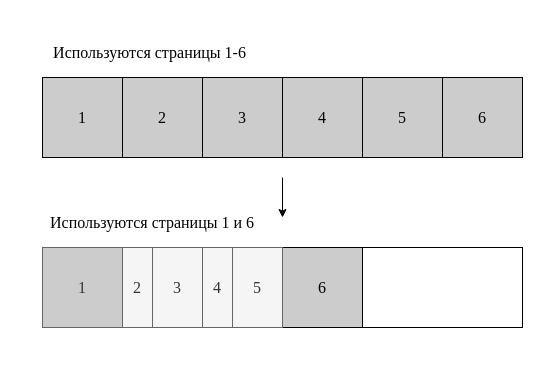
Earlier version of the draw.io diagram docs/diploma/schemes/memory-compression.drawio (hamzreg/bmstu-diploma). Source tidied: cells renumbered, new cells numbered last; positions are measured from the earlier drawing's top-left corner, leaving out a move shared by most shapes. Both pictures are drawn from the tidied source at 100%, with x=0, y=0 at pixel (42, 37).
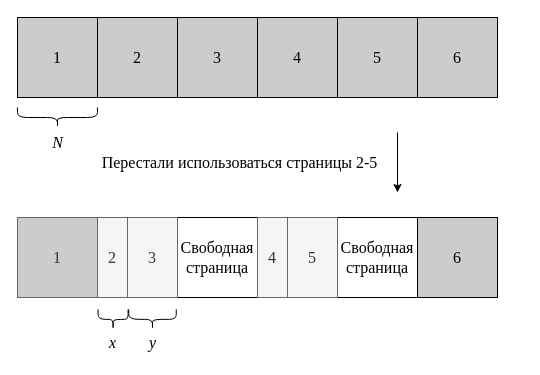
After the change.

The edit, as a diff of the source:
```diff
@@
     <mxCell id="2" value="1" style="rounded=0;whiteSpace=wrap;html=1;fontFamily=Times New Roman;fontSize=16;fillColor=#CCCCCC;" parent="1" vertex="1">
-      <mxGeometry y="40" width="80" height="80" as="geometry" />
+      <mxGeometry x="-25" y="-20" width="80" height="80" as="geometry" />
     </mxCell>
     <mxCell id="3" value="2" style="rounded=0;whiteSpace=wrap;html=1;fontFamily=Times New Roman;fontSize=16;fillColor=#CCCCCC;" parent="1" vertex="1">
-      <mxGeometry x="80" y="40" width="80" height="80" as="geometry" />
+      <mxGeometry x="55" y="-20" width="80" height="80" as="geometry" />
     </mxCell>
     <mxCell id="4" value="3" style="rounded=0;whiteSpace=wrap;html=1;fontFamily=Times New Roman;fontSize=16;fillColor=#CCCCCC;" parent="1" vertex="1">
-      <mxGeometry x="160" y="40" width="80" height="80" as="geometry" />
+      <mxGeometry x="135" y="-20" width="80" height="80" as="geometry" />
     </mxCell>
     <mxCell id="5" value="4" style="rounded=0;whiteSpace=wrap;html=1;fontFamily=Times New Roman;fontSize=16;fillColor=#CCCCCC;" parent="1" vertex="1">
-      <mxGeometry x="240" y="40" width="80" height="80" as="geometry" />
+      <mxGeometry x="215" y="-20" width="80" height="80" as="geometry" />
     </mxCell>
     <mxCell id="6" value="5" style="rounded=0;whiteSpace=wrap;html=1;fontFamily=Times New Roman;fontSize=16;fillColor=#CCCCCC;" parent="1" vertex="1">
-      <mxGeometry x="320" y="40" width="80" height="80" as="geometry" />
+      <mxGeometry x="295" y="-20" width="80" height="80" as="geometry" />
     </mxCell>
     <mxCell id="7" style="rounded=0;whiteSpace=wrap;html=1;fontFamily=Times New Roman;fontSize=16;" parent="1" vertex="1">
-      <mxGeometry y="210" width="480" height="80" as="geometry" />
+      <mxGeometry x="-25" y="180" width="480" height="80" as="geometry" />
     </mxCell>
     <mxCell id="8" value="1" style="rounded=0;whiteSpace=wrap;html=1;fontFamily=Times New Roman;fontSize=16;fillColor=#CCCCCC;fontColor=#333333;strokeColor=#666666;" parent="1" vertex="1">
-      <mxGeometry y="210" width="80" height="80" as="geometry" />
+      <mxGeometry x="-25" y="180" width="80" height="80" as="geometry" />
     </mxCell>
     <mxCell id="9" value="2" style="rounded=0;whiteSpace=wrap;html=1;fontFamily=Times New Roman;fontSize=16;fillColor=#f5f5f5;fontColor=#333333;strokeColor=#666666;" parent="1" vertex="1">
-      <mxGeometry x="80" y="210" width="30" height="80" as="geometry" />
+      <mxGeometry x="55" y="180" width="30" height="80" as="geometry" />
     </mxCell>
     <mxCell id="10" value="3" style="rounded=0;whiteSpace=wrap;html=1;fontFamily=Times New Roman;fontSize=16;fillColor=#f5f5f5;fontColor=#333333;strokeColor=#666666;" parent="1" vertex="1">
-      <mxGeometry x="110" y="210" width="50" height="80" as="geometry" />
+      <mxGeometry x="85" y="180" width="50" height="80" as="geometry" />
     </mxCell>
     <mxCell id="11" value="4" style="rounded=0;whiteSpace=wrap;html=1;fontFamily=Times New Roman;fontSize=16;fillColor=#f5f5f5;fontColor=#333333;strokeColor=#666666;" parent="1" vertex="1">
-      <mxGeometry x="160" y="210" width="30" height="80" as="geometry" />
+      <mxGeometry x="215" y="180" width="30" height="80" as="geometry" />
     </mxCell>
     <mxCell id="12" value="6" style="rounded=0;whiteSpace=wrap;html=1;fontFamily=Times New Roman;fontSize=16;fillColor=#CCCCCC;" parent="1" vertex="1">
-      <mxGeometry x="240" y="210" width="80" height="80" as="geometry" />
+      <mxGeometry x="375" y="180" width="80" height="80" as="geometry" />
     </mxCell>
-    <mxCell id="13" value="Используются страницы 1-6" style="text;html=1;strokeColor=none;fillColor=none;align=center;verticalAlign=middle;whiteSpace=wrap;rounded=0;fontFamily=Times New Roman;fontSize=16;" parent="1" vertex="1">
-      <mxGeometry width="215" height="30" as="geometry" />
-    </mxCell>
-    <mxCell id="14" value="Используются страницы 1 и 6" style="text;html=1;strokeColor=none;fillColor=none;align=center;verticalAlign=middle;whiteSpace=wrap;rounded=0;fontFamily=Times New Roman;fontSize=16;" parent="1" vertex="1">
-      <mxGeometry y="170" width="220" height="30" as="geometry" />
+    <mxCell id="14" value="Перестали использоваться страницы 2-5" style="text;html=1;strokeColor=none;fillColor=none;align=center;verticalAlign=middle;whiteSpace=wrap;rounded=0;fontFamily=Times New Roman;fontSize=16;" parent="1" vertex="1">
+      <mxGeometry x="55" y="110" width="285" height="30" as="geometry" />
     </mxCell>
     <mxCell id="15" value="6" style="rounded=0;whiteSpace=wrap;html=1;fontFamily=Times New Roman;fontSize=16;fillColor=#CCCCCC;" parent="1" vertex="1">
-      <mxGeometry x="400" y="40" width="80" height="80" as="geometry" />
+      <mxGeometry x="375" y="-20" width="80" height="80" as="geometry" />
     </mxCell>
     <mxCell id="16" value="5" style="rounded=0;whiteSpace=wrap;html=1;fontFamily=Times New Roman;fontSize=16;fillColor=#f5f5f5;fontColor=#333333;strokeColor=#666666;" parent="1" vertex="1">
-      <mxGeometry x="190" y="210" width="50" height="80" as="geometry" />
+      <mxGeometry x="245" y="180" width="50" height="80" as="geometry" />
     </mxCell>
     <mxCell id="17" style="endArrow=classic;html=1;rounded=0;" parent="1" edge="1">
       <mxGeometry relative="1" as="geometry">
-        <mxPoint x="240" y="140" as="sourcePoint" />
-        <mxPoint x="240" y="180" as="targetPoint" />
+        <mxPoint x="355" y="95" as="sourcePoint" />
+        <mxPoint x="355" y="155" as="targetPoint" />
       </mxGeometry>
     </mxCell>
+    <mxCell id="18" style="shape=curlyBracket;whiteSpace=wrap;html=1;rounded=1;labelPosition=left;verticalLabelPosition=middle;align=right;verticalAlign=middle;rotation=-90;size=0.5;" parent="1" vertex="1">
+      <mxGeometry x="100" y="258.1" width="20" height="47.5" as="geometry" />
+    </mxCell>
+    <mxCell id="19" style="shape=curlyBracket;whiteSpace=wrap;html=1;rounded=1;labelPosition=left;verticalLabelPosition=middle;align=right;verticalAlign=middle;rotation=-90;size=0.5;" parent="1" vertex="1">
+      <mxGeometry x="5" y="40" width="20" height="80" as="geometry" />
+    </mxCell>
+    <mxCell id="20" value="N" style="text;html=1;strokeColor=none;fillColor=none;align=center;verticalAlign=middle;whiteSpace=wrap;rounded=0;fontFamily=Times New Roman;fontSize=16;fontStyle=2;" parent="1" vertex="1">
+      <mxGeometry x="-2.5" y="90" width="35" height="30" as="geometry" />
+    </mxCell>
+    <mxCell id="21" style="shape=curlyBracket;whiteSpace=wrap;html=1;rounded=1;labelPosition=left;verticalLabelPosition=middle;align=right;verticalAlign=middle;rotation=-90;size=0.5;" parent="1" vertex="1">
+      <mxGeometry x="60.6" y="266.9" width="20" height="30" as="geometry" />
+    </mxCell>
+    <mxCell id="22" value="x" style="text;html=1;strokeColor=none;fillColor=none;align=center;verticalAlign=middle;whiteSpace=wrap;rounded=0;fontFamily=Times New Roman;fontSize=16;fontStyle=2;" parent="1" vertex="1">
+      <mxGeometry x="53.1" y="290" width="35" height="30" as="geometry" />
+    </mxCell>
+    <mxCell id="23" value="y" style="text;html=1;strokeColor=none;fillColor=none;align=center;verticalAlign=middle;whiteSpace=wrap;rounded=0;fontFamily=Times New Roman;fontSize=16;fontStyle=2;" parent="1" vertex="1">
+      <mxGeometry x="92.5" y="290" width="35" height="30" as="geometry" />
+    </mxCell>
+    <mxCell id="24" value="Свободная&lt;br&gt;страница" style="text;html=1;strokeColor=none;fillColor=none;align=center;verticalAlign=middle;whiteSpace=wrap;rounded=0;fontFamily=Times New Roman;fontSize=16;" parent="1" vertex="1">
+      <mxGeometry x="145" y="205" width="60" height="30" as="geometry" />
+    </mxCell>
+    <mxCell id="25" value="Свободная&lt;br&gt;страница" style="text;html=1;strokeColor=none;fillColor=none;align=center;verticalAlign=middle;whiteSpace=wrap;rounded=0;fontFamily=Times New Roman;fontSize=16;" parent="1" vertex="1">
+      <mxGeometry x="305" y="205" width="60" height="30" as="geometry" />
+    </mxCell>
```
